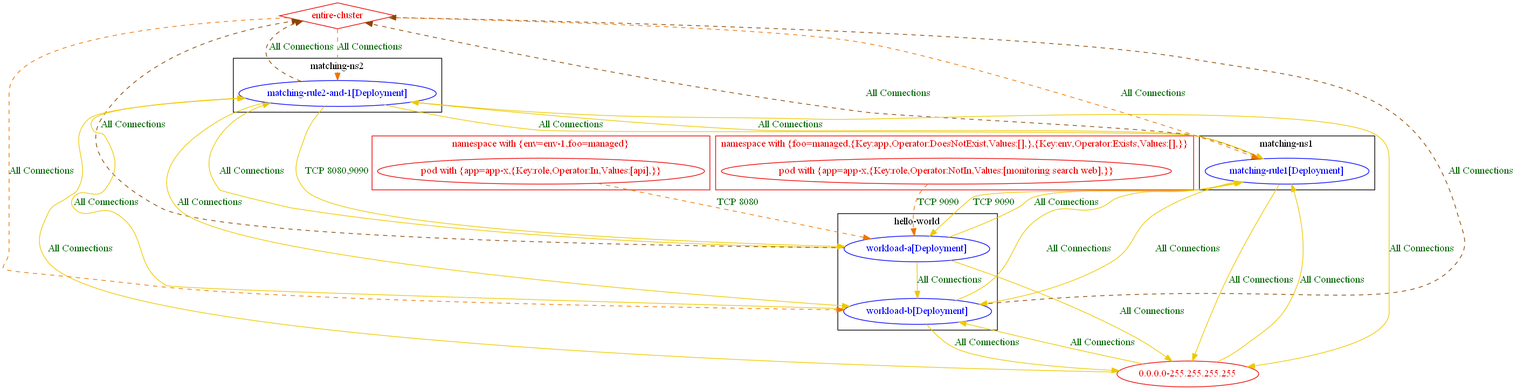
np-guard/netpol-analyzer keeps this Graphviz diagram as test_outputs/connlist/exposure_test_with_different_rules_6_with_matching_pods_exposure_output.dot.png. Above is the earlier version. Its source is kept beside it as test_outputs/connlist/exposure_test_with_different_rules_6_with_matching_pods_exposure_output.dot.
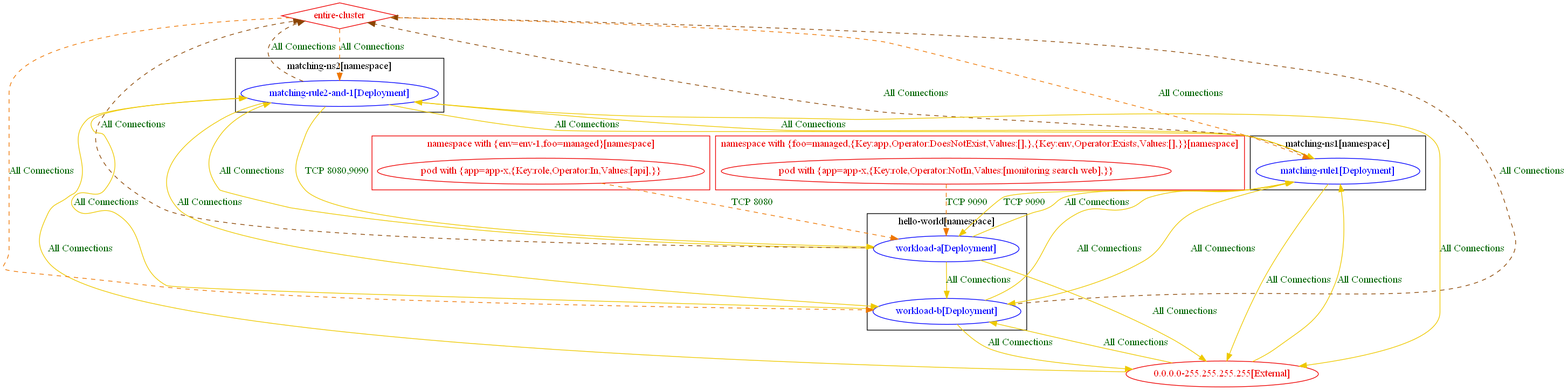
Later version of the same file.

The edit, as a diff of the source:
```diff
@@ -1,58 +1,58 @@
 digraph {
-	subgraph "cluster_hello_world" {
+	subgraph "cluster_hello_world[namespace]" {
 		color="black"
 		fontcolor="black"
 		"hello-world/workload-a[Deployment]" [label="workload-a[Deployment]" color="blue" fontcolor="blue"]
 		"hello-world/workload-b[Deployment]" [label="workload-b[Deployment]" color="blue" fontcolor="blue"]
-		label="hello-world"
+		label="hello-world[namespace]"
 	}
-	subgraph "cluster_matching_ns1" {
+	subgraph "cluster_matching_ns1[namespace]" {
 		color="black"
 		fontcolor="black"
 		"matching-ns1/matching-rule1[Deployment]" [label="matching-rule1[Deployment]" color="blue" fontcolor="blue"]
-		label="matching-ns1"
+		label="matching-ns1[namespace]"
 	}
-	subgraph "cluster_matching_ns2" {
+	subgraph "cluster_matching_ns2[namespace]" {
 		color="black"
 		fontcolor="black"
 		"matching-ns2/matching-rule2-and-1[Deployment]" [label="matching-rule2-and-1[Deployment]" color="blue" fontcolor="blue"]
-		label="matching-ns2"
+		label="matching-ns2[namespace]"
 	}
-	subgraph "cluster_namespace with {env=env_1,foo=managed}" {
+	subgraph "cluster_namespace with {env=env_1,foo=managed}[namespace]" {
 		color="red2"
 		fontcolor="red2"
 		"pod with {app=app-x,{Key:role,Operator:In,Values:[api],}}_in_namespace with {env=env-1,foo=managed}" [label="pod with {app=app-x,{Key:role,Operator:In,Values:[api],}}" color="red2" fontcolor="red2"]
-		label="namespace with {env=env-1,foo=managed}"
+		label="namespace with {env=env-1,foo=managed}[namespace]"
 	}
-	subgraph "cluster_namespace with {foo=managed,{Key:app,Operator:DoesNotExist,Values:[],},{Key:env,Operator:Exists,Values:[],}}" {
+	subgraph "cluster_namespace with {foo=managed,{Key:app,Operator:DoesNotExist,Values:[],},{Key:env,Operator:Exists,Values:[],}}[namespace]" {
 		color="red2"
 		fontcolor="red2"
 		"pod with {app=app-x,{Key:role,Operator:NotIn,Values:[monitoring search web],}}_in_namespace with {foo=managed,{Key:app,Operator:DoesNotExist,Values:[],},{Key:env,Operator:Exists,Values:[],}}" [label="pod with {app=app-x,{Key:role,Operator:NotIn,Values:[monitoring search web],}}" color="red2" fontcolor="red2"]
-		label="namespace with {foo=managed,{Key:app,Operator:DoesNotExist,Values:[],},{Key:env,Operator:Exists,Values:[],}}"
+		label="namespace with {foo=managed,{Key:app,Operator:DoesNotExist,Values:[],},{Key:env,Operator:Exists,Values:[],}}[namespace]"
 	}
-	"0.0.0.0-255.255.255.255" [label="0.0.0.0-255.255.255.255" color="red2" fontcolor="red2"]
+	"0.0.0.0-255.255.255.255[External]" [label="0.0.0.0-255.255.255.255[External]" color="red2" fontcolor="red2"]
 	"entire-cluster" [label="entire-cluster" color="red2" fontcolor="red2" shape=diamond]
-	"0.0.0.0-255.255.255.255" -> "hello-world/workload-b[Deployment]" [label="All Connections" color="gold2" fontcolor="darkgreen" weight=0.5]
-	"0.0.0.0-255.255.255.255" -> "matching-ns1/matching-rule1[Deployment]" [label="All Connections" color="gold2" fontcolor="darkgreen" weight=0.5]
-	"0.0.0.0-255.255.255.255" -> "matching-ns2/matching-rule2-and-1[Deployment]" [label="All Connections" color="gold2" fontcolor="darkgreen" weight=0.5]
+	"0.0.0.0-255.255.255.255[External]" -> "hello-world/workload-b[Deployment]" [label="All Connections" color="gold2" fontcolor="darkgreen" weight=0.5]
+	"0.0.0.0-255.255.255.255[External]" -> "matching-ns1/matching-rule1[Deployment]" [label="All Connections" color="gold2" fontcolor="darkgreen" weight=0.5]
+	"0.0.0.0-255.255.255.255[External]" -> "matching-ns2/matching-rule2-and-1[Deployment]" [label="All Connections" color="gold2" fontcolor="darkgreen" weight=0.5]
 	"entire-cluster" -> "hello-world/workload-b[Deployment]" [label="All Connections" color="darkorange2" fontcolor="darkgreen" weight=1 style=dashed]
 	"entire-cluster" -> "matching-ns1/matching-rule1[Deployment]" [label="All Connections" color="darkorange2" fontcolor="darkgreen" weight=1 style=dashed]
 	"entire-cluster" -> "matching-ns2/matching-rule2-and-1[Deployment]" [label="All Connections" color="darkorange2" fontcolor="darkgreen" weight=1 style=dashed]
-	"hello-world/workload-a[Deployment]" -> "0.0.0.0-255.255.255.255" [label="All Connections" color="gold2" fontcolor="darkgreen" weight=1]
+	"hello-world/workload-a[Deployment]" -> "0.0.0.0-255.255.255.255[External]" [label="All Connections" color="gold2" fontcolor="darkgreen" weight=1]
 	"hello-world/workload-a[Deployment]" -> "entire-cluster" [label="All Connections" color="darkorange4" fontcolor="darkgreen" weight=0.5 style=dashed]
 	"hello-world/workload-a[Deployment]" -> "hello-world/workload-b[Deployment]" [label="All Connections" color="gold2" fontcolor="darkgreen" weight=0.5]
 	"hello-world/workload-a[Deployment]" -> "matching-ns1/matching-rule1[Deployment]" [label="All Connections" color="gold2" fontcolor="darkgreen" weight=0.5]
 	"hello-world/workload-a[Deployment]" -> "matching-ns2/matching-rule2-and-1[Deployment]" [label="All Connections" color="gold2" fontcolor="darkgreen" weight=0.5]
-	"hello-world/workload-b[Deployment]" -> "0.0.0.0-255.255.255.255" [label="All Connections" color="gold2" fontcolor="darkgreen" weight=1]
+	"hello-world/workload-b[Deployment]" -> "0.0.0.0-255.255.255.255[External]" [label="All Connections" color="gold2" fontcolor="darkgreen" weight=1]
 	"hello-world/workload-b[Deployment]" -> "entire-cluster" [label="All Connections" color="darkorange4" fontcolor="darkgreen" weight=0.5 style=dashed]
 	"hello-world/workload-b[Deployment]" -> "matching-ns1/matching-rule1[Deployment]" [label="All Connections" color="gold2" fontcolor="darkgreen" weight=0.5]
 	"hello-world/workload-b[Deployment]" -> "matching-ns2/matching-rule2-and-1[Deployment]" [label="All Connections" color="gold2" fontcolor="darkgreen" weight=0.5]
-	"matching-ns1/matching-rule1[Deployment]" -> "0.0.0.0-255.255.255.255" [label="All Connections" color="gold2" fontcolor="darkgreen" weight=1]
+	"matching-ns1/matching-rule1[Deployment]" -> "0.0.0.0-255.255.255.255[External]" [label="All Connections" color="gold2" fontcolor="darkgreen" weight=1]
 	"matching-ns1/matching-rule1[Deployment]" -> "entire-cluster" [label="All Connections" color="darkorange4" fontcolor="darkgreen" weight=0.5 style=dashed]
 	"matching-ns1/matching-rule1[Deployment]" -> "hello-world/workload-a[Deployment]" [label="TCP 9090" color="gold2" fontcolor="darkgreen" weight=1]
 	"matching-ns1/matching-rule1[Deployment]" -> "hello-world/workload-b[Deployment]" [label="All Connections" color="gold2" fontcolor="darkgreen" weight=1]
 	"matching-ns1/matching-rule1[Deployment]" -> "matching-ns2/matching-rule2-and-1[Deployment]" [label="All Connections" color="gold2" fontcolor="darkgreen" weight=0.5]
-	"matching-ns2/matching-rule2-and-1[Deployment]" -> "0.0.0.0-255.255.255.255" [label="All Connections" color="gold2" fontcolor="darkgreen" weight=1]
+	"matching-ns2/matching-rule2-and-1[Deployment]" -> "0.0.0.0-255.255.255.255[External]" [label="All Connections" color="gold2" fontcolor="darkgreen" weight=1]
 	"matching-ns2/matching-rule2-and-1[Deployment]" -> "entire-cluster" [label="All Connections" color="darkorange4" fontcolor="darkgreen" weight=0.5 style=dashed]
 	"matching-ns2/matching-rule2-and-1[Deployment]" -> "hello-world/workload-a[Deployment]" [label="TCP 8080,9090" color="gold2" fontcolor="darkgreen" weight=1]
 	"matching-ns2/matching-rule2-and-1[Deployment]" -> "hello-world/workload-b[Deployment]" [label="All Connections" color="gold2" fontcolor="darkgreen" weight=1]
```
